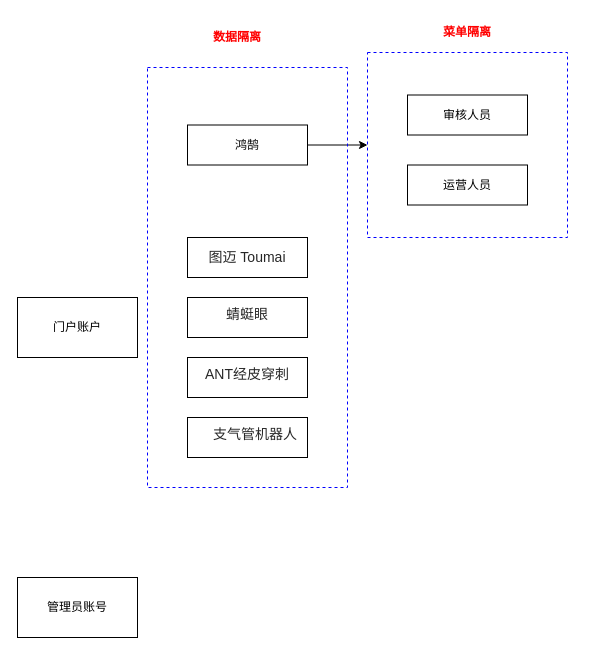
Above: page "权限管理系统" (15 of 15) of Untitled Diagram.drawio in Easy119/box (draw.io), before the change. Source tidied: cells renumbered, new cells numbered last; positions are measured from the earlier drawing's top-left corner, leaving out a move shared by most shapes. Both pictures are drawn from the tidied source at 100%, with x=0, y=0 at pixel (17, 17).
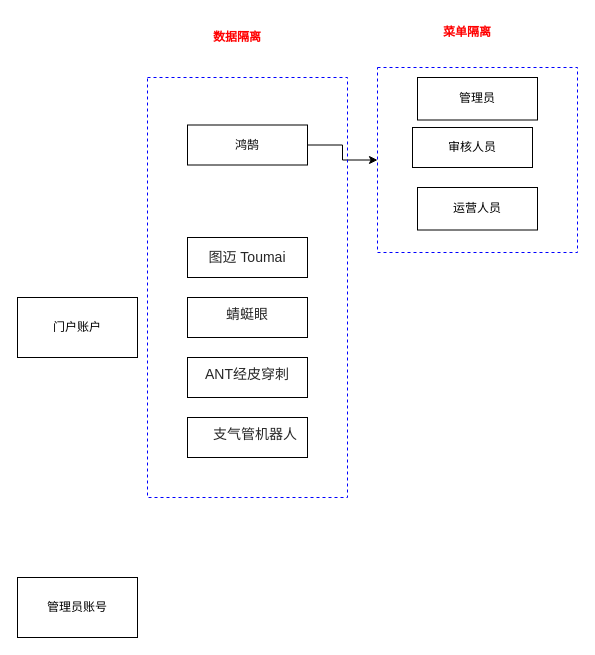
Above is the later version.

Change to the diagram source:
```diff
@@
 <mxGraphModel>
   <root>
     <mxCell id="0" />
     <mxCell id="1" parent="0" />
     <mxCell id="2" value="门户账户" style="rounded=0;whiteSpace=wrap;html=1;" parent="1" vertex="1">
       <mxGeometry y="280" width="120" height="60" as="geometry" />
     </mxCell>
     <mxCell id="3" value="管理员账号" style="rounded=0;whiteSpace=wrap;html=1;" parent="1" vertex="1">
       <mxGeometry y="560" width="120" height="60" as="geometry" />
     </mxCell>
     <mxCell id="4" style="edgeStyle=orthogonalEdgeStyle;rounded=0;jettySize=auto;html=1;" parent="1" edge="1" source="5" target="10">
       <mxGeometry relative="1" as="geometry" />
     </mxCell>
     <mxCell id="5" value="鸿鹄" style="rounded=0;whiteSpace=wrap;html=1;" parent="1" vertex="1">
       <mxGeometry x="170" y="107.5" width="120" height="40" as="geometry" />
     </mxCell>
     <mxCell id="6" value="&lt;span style=&quot;color: rgba(0 , 0 , 0 , 0.85) ; font-size: 14px ; background-color: rgb(255 , 255 , 255)&quot;&gt;图迈 Toumai&lt;/span&gt;" style="rounded=0;whiteSpace=wrap;html=1;" parent="1" vertex="1">
       <mxGeometry x="170" y="220" width="120" height="40" as="geometry" />
     </mxCell>
     <mxCell id="7" value="&lt;div class=&quot;ant-tree-treenode ant-tree-treenode-switcher-close&quot; style=&quot;box-sizing: border-box ; display: flex ; align-items: flex-start ; padding: 0px 0px 4px ; outline: none ; color: rgba(0 , 0 , 0 , 0.85) ; font-size: 14px ; background-color: rgb(255 , 255 , 255)&quot;&gt;&lt;span title=&quot;蜻蜓眼&quot; class=&quot;ant-tree-node-content-wrapper ant-tree-node-content-wrapper-normal&quot; style=&quot;box-sizing: border-box ; position: relative ; z-index: auto ; min-height: 24px ; margin: 0px ; padding: 0px 4px ; color: inherit ; line-height: 24px ; background: transparent ; border-radius: 2px ; cursor: pointer ; transition: all 0.3s ease 0s , all 0s ease 0s , all 0s ease 0s , all 0s ease 0s&quot;&gt;&lt;span class=&quot;ant-tree-title&quot; style=&quot;box-sizing: border-box&quot;&gt;蜻蜓眼&lt;/span&gt;&lt;/span&gt;&lt;/div&gt;&lt;div class=&quot;ant-tree-treenode ant-tree-treenode-switcher-close&quot; style=&quot;box-sizing: border-box ; display: flex ; align-items: flex-start ; padding: 0px 0px 4px ; outline: none ; color: rgba(0 , 0 , 0 , 0.85) ; font-size: 14px ; background-color: rgb(255 , 255 , 255)&quot;&gt;&lt;span class=&quot;ant-tree-indent&quot; style=&quot;box-sizing: border-box&quot;&gt;&lt;/span&gt;&lt;span class=&quot;ant-tree-switcher ant-tree-switcher-noop&quot; style=&quot;box-sizing: border-box ; position: relative ; width: 24px ; margin: 0px ; line-height: 24px ; cursor: default&quot;&gt;&lt;/span&gt;&lt;/div&gt;" style="rounded=0;whiteSpace=wrap;html=1;" parent="1" vertex="1">
       <mxGeometry x="170" y="280" width="120" height="40" as="geometry" />
     </mxCell>
     <mxCell id="8" value="&lt;div class=&quot;ant-tree-treenode ant-tree-treenode-switcher-close&quot; style=&quot;box-sizing: border-box ; display: flex ; align-items: flex-start ; padding: 0px 0px 4px ; outline: none ; color: rgba(0 , 0 , 0 , 0.85) ; font-size: 14px ; background-color: rgb(255 , 255 , 255)&quot;&gt;&lt;span title=&quot;蜻蜓眼&quot; class=&quot;ant-tree-node-content-wrapper ant-tree-node-content-wrapper-normal&quot; style=&quot;box-sizing: border-box ; position: relative ; z-index: auto ; min-height: 24px ; margin: 0px ; padding: 0px 4px ; color: inherit ; line-height: 24px ; background: transparent ; border-radius: 2px ; cursor: pointer ; transition: all 0.3s ease 0s , all 0s ease 0s , all 0s ease 0s , all 0s ease 0s&quot;&gt;&lt;div class=&quot;ant-tree-treenode ant-tree-treenode-switcher-close&quot; style=&quot;box-sizing: border-box ; display: flex ; align-items: flex-start ; padding: 0px 0px 4px ; outline: none&quot;&gt;&lt;span title=&quot;ANT经皮穿刺&quot; class=&quot;ant-tree-node-content-wrapper ant-tree-node-content-wrapper-normal&quot; style=&quot;box-sizing: border-box ; position: relative ; z-index: auto ; min-height: 24px ; margin: 0px ; padding: 0px 4px ; color: inherit ; line-height: 24px ; background: transparent ; border-radius: 2px ; cursor: pointer ; transition: all 0.3s ease 0s , all 0s ease 0s , all 0s ease 0s , all 0s ease 0s&quot;&gt;&lt;span class=&quot;ant-tree-title&quot; style=&quot;box-sizing: border-box&quot;&gt;ANT经皮穿刺&lt;/span&gt;&lt;/span&gt;&lt;/div&gt;&lt;/span&gt;&lt;/div&gt;" style="rounded=0;whiteSpace=wrap;html=1;" parent="1" vertex="1">
       <mxGeometry x="170" y="340" width="120" height="40" as="geometry" />
     </mxCell>
     <mxCell id="9" value="&lt;div class=&quot;ant-tree-treenode ant-tree-treenode-switcher-close&quot; style=&quot;box-sizing: border-box ; display: flex ; align-items: flex-start ; padding: 0px 0px 4px ; outline: none ; color: rgba(0 , 0 , 0 , 0.85) ; font-size: 14px ; background-color: rgb(255 , 255 , 255)&quot;&gt;&lt;span title=&quot;蜻蜓眼&quot; class=&quot;ant-tree-node-content-wrapper ant-tree-node-content-wrapper-normal&quot; style=&quot;box-sizing: border-box ; position: relative ; z-index: auto ; min-height: 24px ; margin: 0px ; padding: 0px 4px ; color: inherit ; line-height: 24px ; background: transparent ; border-radius: 2px ; cursor: pointer ; transition: all 0.3s ease 0s , all 0s ease 0s , all 0s ease 0s , all 0s ease 0s&quot;&gt;&lt;div class=&quot;ant-tree-treenode ant-tree-treenode-switcher-close&quot; style=&quot;box-sizing: border-box ; display: flex ; align-items: flex-start ; padding: 0px 0px 4px ; outline: none&quot;&gt;&lt;span title=&quot;ANT经皮穿刺&quot; class=&quot;ant-tree-node-content-wrapper ant-tree-node-content-wrapper-normal&quot; style=&quot;box-sizing: border-box ; position: relative ; z-index: auto ; min-height: 24px ; margin: 0px ; padding: 0px 4px ; color: inherit ; line-height: 24px ; background: transparent ; border-radius: 2px ; cursor: pointer ; transition: all 0.3s ease 0s , all 0s ease 0s , all 0s ease 0s , all 0s ease 0s&quot;&gt;支气管机器人&lt;br&gt;&lt;/span&gt;&lt;div&gt;&lt;br&gt;&lt;/div&gt;&lt;/div&gt;&lt;/span&gt;&lt;/div&gt;" style="rounded=0;whiteSpace=wrap;html=1;align=right;" parent="1" vertex="1">
       <mxGeometry x="170" y="400" width="120" height="40" as="geometry" />
     </mxCell>
     <mxCell id="10" style="rounded=0;whiteSpace=wrap;html=1;align=right;dashed=1;fillColor=none;strokeColor=#0000FF;" parent="1" vertex="1">
-      <mxGeometry x="350" y="35" width="200" height="185" as="geometry" />
+      <mxGeometry x="360" y="50" width="200" height="185" as="geometry" />
     </mxCell>
     <mxCell id="11" value="运营人员" style="rounded=0;whiteSpace=wrap;html=1;" parent="1" vertex="1">
-      <mxGeometry x="390" y="147.5" width="120" height="40" as="geometry" />
+      <mxGeometry x="400" y="170" width="120" height="42.5" as="geometry" />
     </mxCell>
     <mxCell id="12" value="审核人员" style="whiteSpace=wrap;html=1;rounded=0;" parent="1" vertex="1">
-      <mxGeometry x="390" y="77.5" width="120" height="40" as="geometry" />
+      <mxGeometry x="395" y="110" width="120" height="40" as="geometry" />
     </mxCell>
     <mxCell id="13" value="&lt;font color=&quot;#ff0000&quot;&gt;&lt;b&gt;菜单隔离&lt;/b&gt;&lt;/font&gt;" style="text;html=1;strokeColor=none;fillColor=none;align=center;verticalAlign=middle;whiteSpace=wrap;rounded=0;dashed=1;" parent="1" vertex="1">
       <mxGeometry x="420" width="60" height="30" as="geometry" />
     </mxCell>
     <mxCell id="14" style="rounded=0;whiteSpace=wrap;html=1;align=right;dashed=1;fillColor=none;strokeColor=#0000FF;" parent="1" vertex="1">
-      <mxGeometry x="130" y="50" width="200" height="420" as="geometry" />
+      <mxGeometry x="130" y="60" width="200" height="420" as="geometry" />
     </mxCell>
     <mxCell id="15" value="&lt;font color=&quot;#ff0000&quot;&gt;&lt;b&gt;数据隔离&lt;/b&gt;&lt;/font&gt;" style="text;html=1;strokeColor=none;fillColor=none;align=center;verticalAlign=middle;whiteSpace=wrap;rounded=0;dashed=1;" parent="1" vertex="1">
       <mxGeometry x="190" y="5" width="60" height="30" as="geometry" />
     </mxCell>
+    <mxCell id="16" value="管理员" style="rounded=0;whiteSpace=wrap;html=1;" parent="1" vertex="1">
+      <mxGeometry x="400" y="60" width="120" height="42.5" as="geometry" />
+    </mxCell>
   </root>
 </mxGraphModel>
```
